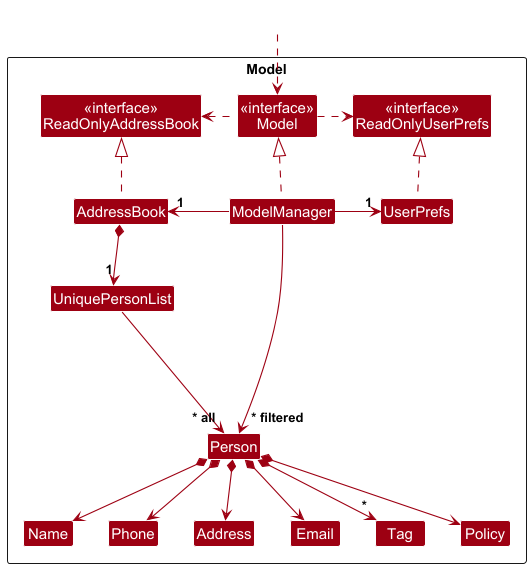
nathtiekk/tp keeps this PlantUML diagram as docs/images/ModelClassDiagram.png. Above is the earlier version. Source of this version:
```plantuml
@startuml
!include style.puml
skinparam arrowThickness 1.1
skinparam arrowColor MODEL_COLOR
skinparam classBackgroundColor MODEL_COLOR

Package Model as ModelPackage <<Rectangle>>{
Class "<<interface>>\nReadOnlyAddressBook" as ReadOnlyAddressBook
Class "<<interface>>\nReadOnlyUserPrefs" as ReadOnlyUserPrefs
Class "<<interface>>\nModel" as Model
Class AddressBook
Class ModelManager
Class UserPrefs

Class UniquePersonList
Class Person
Class Address
Class Email
Class Name
Class Phone
Class Tag
Class Policy

Class I #FFFFFF
}

Class HiddenOutside #FFFFFF
HiddenOutside ..> Model

AddressBook .up.|> ReadOnlyAddressBook

ModelManager .up.|> Model
Model .right.> ReadOnlyUserPrefs
Model .left.> ReadOnlyAddressBook
ModelManager -left-> "1" AddressBook
ModelManager -right-> "1" UserPrefs
UserPrefs .up.|> ReadOnlyUserPrefs

AddressBook *--> "1" UniquePersonList
UniquePersonList --> "~* all" Person
Person *--> Name
Person *--> Phone
Person *--> Email
Person *--> Address
Person *--> "*" Tag
Person *--> Policy

Person -[hidden]up--> I
UniquePersonList -[hidden]right-> I

Name -[hidden]right-> Phone
Phone -[hidden]right-> Address
Address -[hidden]right-> Email

ModelManager --> "~* filtered" Person
@enduml
```
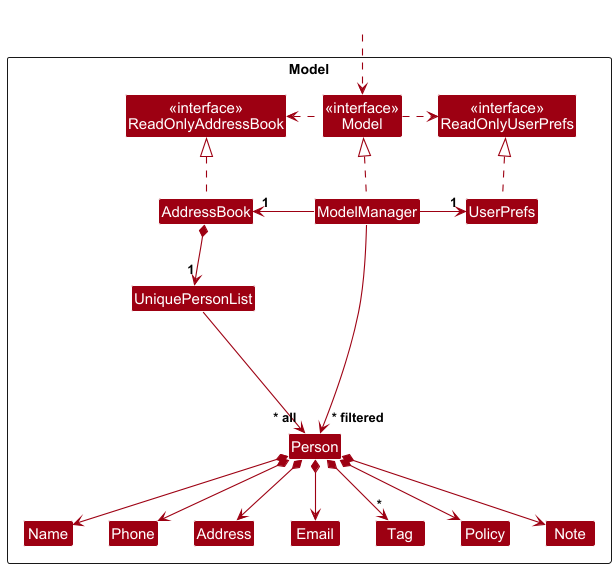
The same diagram one commit later.

Commit message:
Update model class diagram with note

Change to the diagram source:
```diff
@@ -20,6 +20,7 @@
 Class Phone
 Class Tag
 Class Policy
+Class Note
 
 Class I #FFFFFF
 }
@@ -44,6 +45,7 @@
 Person *--> Address
 Person *--> "*" Tag
 Person *--> Policy
+Person *--> Note
 
 Person -[hidden]up--> I
 UniquePersonList -[hidden]right-> I
```
